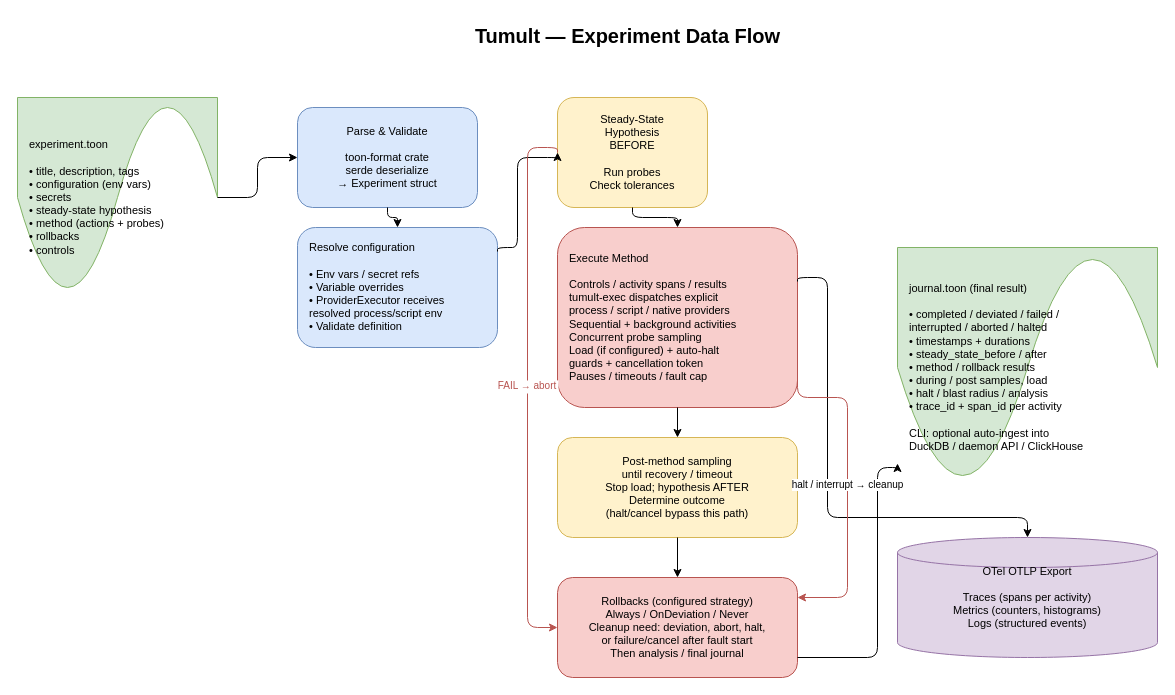
This is page "Experiment Data Flow" (2 of 3) of docs/architecture/tumult-architecture.drawio from mwigge/tumult, a draw.io file, before an edit. Source tidied: cells renumbered, new cells numbered last; positions are measured from the earlier drawing's top-left corner, leaving out a move shared by most shapes. Both pictures are drawn from the tidied source at 100%, with x=0, y=0 at pixel (17, 17).
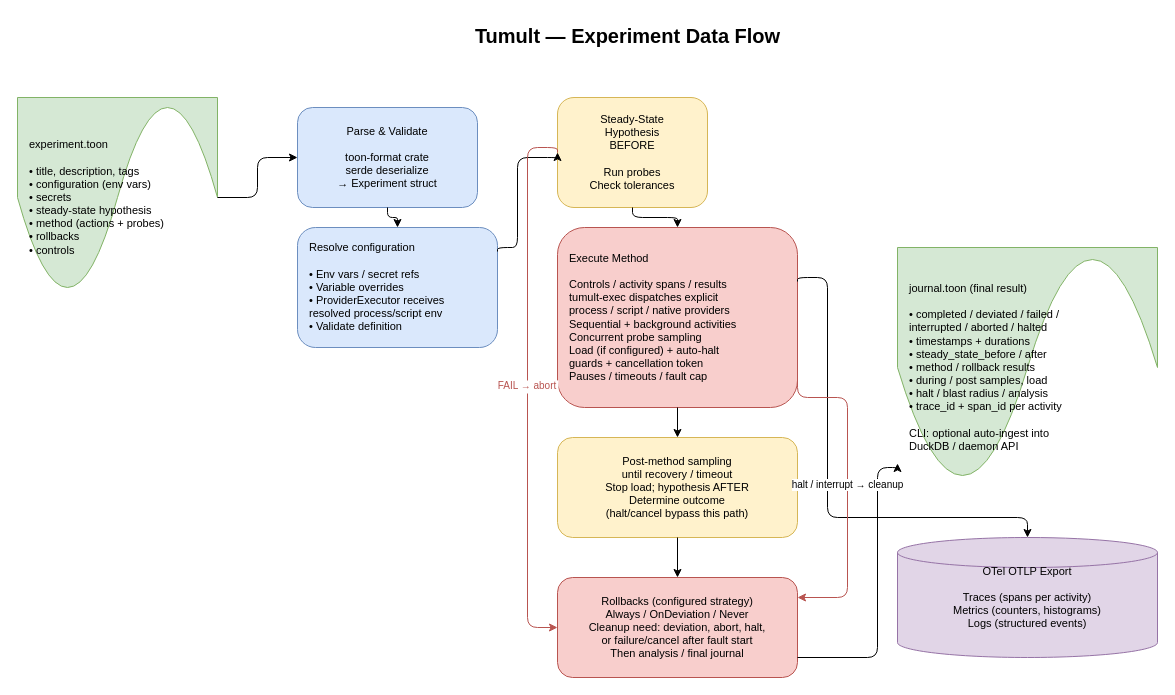
Above is the later version.

Change to the diagram source:
```diff
@@
-    <mxCell id="10" value="journal.toon (final result)&#10;&#10;• completed / deviated / failed /&#10;  interrupted / aborted / halted&#10;• timestamps + durations&#10;• steady_state_before / after&#10;• method / rollback results&#10;• during / post samples, load&#10;• halt / blast radius / analysis&#10;• trace_id + span_id per activity&#10;&#10;CLI: optional auto-ingest into&#10;DuckDB / daemon API / ClickHouse" style="shape=document;whiteSpace=wrap;html=1;size=20;fillColor=#d5e8d4;strokeColor=#82b366;fontSize=11;align=left;spacingLeft=10;" parent="1" vertex="1">
+    <mxCell id="10" value="journal.toon (final result)&#10;&#10;• completed / deviated / failed /&#10;  interrupted / aborted / halted&#10;• timestamps + durations&#10;• steady_state_before / after&#10;• method / rollback results&#10;• during / post samples, load&#10;• halt / blast radius / analysis&#10;• trace_id + span_id per activity&#10;&#10;CLI: optional auto-ingest into&#10;DuckDB / daemon API" style="shape=document;whiteSpace=wrap;html=1;size=20;fillColor=#d5e8d4;strokeColor=#82b366;fontSize=11;align=left;spacingLeft=10;" parent="1" vertex="1">
       <mxGeometry x="880" y="230" width="260" height="240" as="geometry" />
     </mxCell>
```
